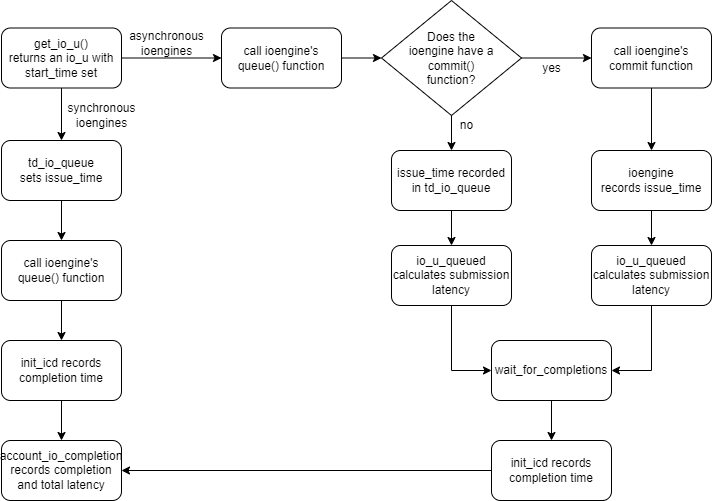
Above: 0002-latency/fio-latency.png in vincentkfu/fio-blog (draw.io), before the change. Source tidied: cells renumbered, new cells last; positions are measured from the earlier drawing's top-left corner, leaving out a move shared by most shapes. Its diagram source:
```xml
<mxGraphModel background="#FFFFFF">
  <root>
    <mxCell id="0" />
    <mxCell id="1" parent="0" />
    <mxCell id="2" style="edgeStyle=orthogonalEdgeStyle;rounded=0;jettySize=auto;html=1;" parent="1" edge="1" source="4" target="7">
      <mxGeometry relative="1" as="geometry" />
    </mxCell>
    <mxCell id="3" style="edgeStyle=orthogonalEdgeStyle;rounded=0;jettySize=auto;html=1;" parent="1" edge="1" source="4" target="26">
      <mxGeometry relative="1" as="geometry" />
    </mxCell>
    <mxCell id="4" value="get_io_u()&lt;br&gt;returns an io_u with start_time set" style="rounded=1;whiteSpace=wrap;html=1;fontSize=12;glass=0;strokeWidth=1;shadow=0;" parent="1" vertex="1">
      <mxGeometry y="27.5" width="120" height="60" as="geometry" />
    </mxCell>
    <mxCell id="5" value="asynchronous&lt;br&gt;ioengines" style="text;html=1;align=center;verticalAlign=middle;strokeColor=none;" parent="1" vertex="1">
      <mxGeometry x="120" y="27.5" width="90" height="30" as="geometry" />
    </mxCell>
    <mxCell id="6" style="edgeStyle=orthogonalEdgeStyle;rounded=0;jettySize=auto;html=1;" parent="1" edge="1" source="7" target="10">
      <mxGeometry relative="1" as="geometry" />
    </mxCell>
    <mxCell id="7" value="call ioengine's queue() function" style="rounded=1;whiteSpace=wrap;html=1;" parent="1" vertex="1">
      <mxGeometry x="220" y="27.5" width="120" height="60" as="geometry" />
    </mxCell>
    <mxCell id="8" style="edgeStyle=orthogonalEdgeStyle;rounded=0;jettySize=auto;html=1;entryX=0.5;entryY=0;entryDx=0;entryDy=0;" parent="1" edge="1" target="17">
      <mxGeometry relative="1" as="geometry">
        <mxPoint x="450" y="85" as="sourcePoint" />
      </mxGeometry>
    </mxCell>
    <mxCell id="9" style="edgeStyle=orthogonalEdgeStyle;rounded=0;jettySize=auto;html=1;" parent="1" edge="1" source="10" target="12">
      <mxGeometry relative="1" as="geometry" />
    </mxCell>
    <mxCell id="10" value="Does the&lt;br&gt;ioengine have a&lt;br&gt;commit()&lt;br&gt;function?" style="rhombus;whiteSpace=wrap;html=1;" parent="1" vertex="1">
      <mxGeometry x="380" width="140" height="115" as="geometry" />
    </mxCell>
    <mxCell id="11" style="edgeStyle=orthogonalEdgeStyle;rounded=0;jettySize=auto;html=1;" parent="1" edge="1" source="12" target="14">
      <mxGeometry relative="1" as="geometry" />
    </mxCell>
    <mxCell id="12" value="call ioengine's&lt;br&gt;commit function" style="rounded=1;whiteSpace=wrap;html=1;" parent="1" vertex="1">
      <mxGeometry x="590" y="27.5" width="120" height="60" as="geometry" />
    </mxCell>
    <mxCell id="13" style="edgeStyle=orthogonalEdgeStyle;rounded=0;jettySize=auto;html=1;" parent="1" edge="1" source="14" target="22">
      <mxGeometry relative="1" as="geometry" />
    </mxCell>
    <mxCell id="14" value="ioengine&lt;br&gt;records issue_time" style="whiteSpace=wrap;html=1;rounded=1;" parent="1" vertex="1">
      <mxGeometry x="590" y="150" width="120" height="60" as="geometry" />
    </mxCell>
    <mxCell id="15" value="yes" style="text;html=1;align=center;verticalAlign=middle;strokeColor=none;" parent="1" vertex="1">
      <mxGeometry x="535" y="57.5" width="30" height="20" as="geometry" />
    </mxCell>
    <mxCell id="16" style="edgeStyle=orthogonalEdgeStyle;rounded=0;jettySize=auto;html=1;" parent="1" edge="1" source="17" target="20">
      <mxGeometry relative="1" as="geometry" />
    </mxCell>
    <mxCell id="17" value="issue_time recorded in td_io_queue" style="rounded=1;whiteSpace=wrap;html=1;" parent="1" vertex="1">
      <mxGeometry x="390" y="150" width="120" height="60" as="geometry" />
    </mxCell>
    <mxCell id="18" value="no" style="text;html=1;align=center;verticalAlign=middle;strokeColor=none;" parent="1" vertex="1">
      <mxGeometry x="450" y="115" width="30" height="20" as="geometry" />
    </mxCell>
    <mxCell id="19" style="edgeStyle=orthogonalEdgeStyle;rounded=0;jettySize=auto;html=1;entryX=0;entryY=0.5;entryDx=0;entryDy=0;" parent="1" edge="1" source="20" target="24">
      <mxGeometry relative="1" as="geometry" />
    </mxCell>
    <mxCell id="20" value="io_u_queued calculates submission latency" style="whiteSpace=wrap;html=1;rounded=1;" parent="1" vertex="1">
      <mxGeometry x="390" y="245" width="120" height="60" as="geometry" />
    </mxCell>
    <mxCell id="21" style="edgeStyle=orthogonalEdgeStyle;rounded=0;jettySize=auto;html=1;entryX=1;entryY=0.5;entryDx=0;entryDy=0;" parent="1" edge="1" source="22" target="24">
      <mxGeometry relative="1" as="geometry" />
    </mxCell>
    <mxCell id="22" value="io_u_queued calculates submission latency" style="whiteSpace=wrap;html=1;rounded=1;" parent="1" vertex="1">
      <mxGeometry x="590" y="245" width="120" height="60" as="geometry" />
    </mxCell>
    <mxCell id="23" style="edgeStyle=orthogonalEdgeStyle;rounded=0;jettySize=auto;html=1;" parent="1" edge="1" source="24">
      <mxGeometry relative="1" as="geometry">
        <mxPoint x="550" y="440" as="targetPoint" />
      </mxGeometry>
    </mxCell>
    <mxCell id="24" value="wait_for_completions" style="rounded=1;whiteSpace=wrap;html=1;" parent="1" vertex="1">
      <mxGeometry x="490" y="340" width="120" height="60" as="geometry" />
    </mxCell>
    <mxCell id="25" style="edgeStyle=orthogonalEdgeStyle;rounded=0;jettySize=auto;html=1;" parent="1" edge="1" source="26" target="29">
      <mxGeometry relative="1" as="geometry" />
    </mxCell>
    <mxCell id="26" value="td_io_queue&lt;br&gt;sets issue_time" style="rounded=1;whiteSpace=wrap;html=1;" parent="1" vertex="1">
      <mxGeometry y="140" width="120" height="60" as="geometry" />
    </mxCell>
    <mxCell id="27" value="synchronous&lt;br&gt;ioengines" style="text;html=1;align=center;verticalAlign=middle;strokeColor=none;" parent="1" vertex="1">
      <mxGeometry x="60" y="100" width="80" height="30" as="geometry" />
    </mxCell>
    <mxCell id="28" style="edgeStyle=orthogonalEdgeStyle;rounded=0;jettySize=auto;html=1;" parent="1" edge="1" source="29" target="31">
      <mxGeometry relative="1" as="geometry" />
    </mxCell>
    <mxCell id="29" value="call ioengine's queue() function" style="rounded=1;whiteSpace=wrap;html=1;" parent="1" vertex="1">
      <mxGeometry y="240" width="120" height="60" as="geometry" />
    </mxCell>
    <mxCell id="30" style="edgeStyle=orthogonalEdgeStyle;rounded=0;jettySize=auto;html=1;" parent="1" edge="1" source="31" target="32">
      <mxGeometry relative="1" as="geometry" />
    </mxCell>
    <mxCell id="31" value="init_icd records completion time" style="rounded=1;whiteSpace=wrap;html=1;" parent="1" vertex="1">
      <mxGeometry y="340" width="120" height="60" as="geometry" />
    </mxCell>
    <mxCell id="32" value="account_io_completion records completion and total latency" style="rounded=1;whiteSpace=wrap;html=1;" parent="1" vertex="1">
      <mxGeometry y="440" width="120" height="60" as="geometry" />
    </mxCell>
    <mxCell id="33" style="edgeStyle=orthogonalEdgeStyle;rounded=0;jettySize=auto;html=1;entryX=1;entryY=0.5;entryDx=0;entryDy=0;" parent="1" edge="1" source="34" target="32">
      <mxGeometry relative="1" as="geometry" />
    </mxCell>
    <mxCell id="34" value="init_icd records completion time" style="rounded=1;whiteSpace=wrap;html=1;" parent="1" vertex="1">
      <mxGeometry x="490" y="440" width="120" height="60" as="geometry" />
    </mxCell>
  </root>
</mxGraphModel>
```
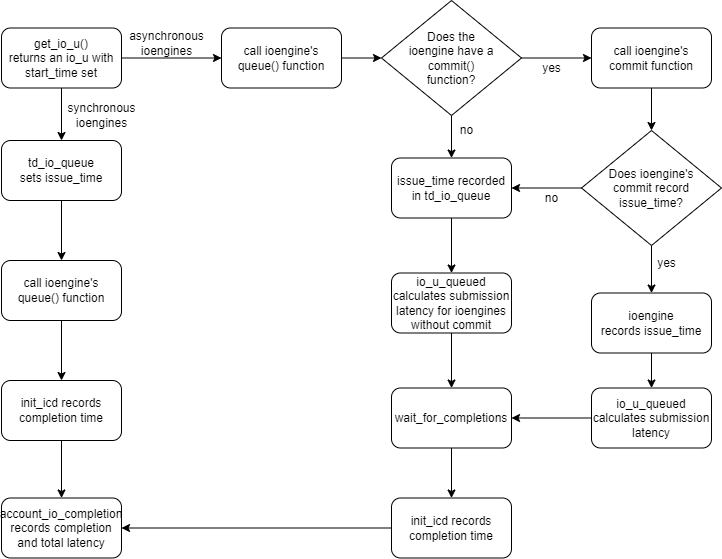
The same file after the commit.

Commit message:
latency: update diagram for async ioengines with commit functions

Most async ioengines with commit functions actually do not record
issue_time like liabio and io_uring do. Correct the diagram accordingly.

What changed in the source:
```diff
@@ -31,9 +31,9 @@
     <mxCell id="10" value="Does the&lt;br&gt;ioengine have a&lt;br&gt;commit()&lt;br&gt;function?" style="rhombus;whiteSpace=wrap;html=1;" parent="1" vertex="1">
       <mxGeometry x="380" width="140" height="115" as="geometry" />
     </mxCell>
-    <mxCell id="11" style="edgeStyle=orthogonalEdgeStyle;rounded=0;jettySize=auto;html=1;" parent="1" edge="1" source="12" target="14">
-      <mxGeometry relative="1" as="geometry" />
-    </mxCell>
+    <mxCell id="35" style="edgeStyle=orthogonalEdgeStyle;rounded=0;jettySize=auto;html=1;" parent="1" edge="1" source="12" target="39">
+      <mxGeometry relative="1" as="geometry" />
+    </mxCell>
     <mxCell id="12" value="call ioengine's&lt;br&gt;commit function" style="rounded=1;whiteSpace=wrap;html=1;" parent="1" vertex="1">
       <mxGeometry x="590" y="27.5" width="120" height="60" as="geometry" />
     </mxCell>
@@ -41,7 +41,7 @@
       <mxGeometry relative="1" as="geometry" />
     </mxCell>
     <mxCell id="14" value="ioengine&lt;br&gt;records issue_time" style="whiteSpace=wrap;html=1;rounded=1;" parent="1" vertex="1">
-      <mxGeometry x="590" y="150" width="120" height="60" as="geometry" />
+      <mxGeometry x="590" y="292.5" width="120" height="60" as="geometry" />
     </mxCell>
     <mxCell id="15" value="yes" style="text;html=1;align=center;verticalAlign=middle;strokeColor=none;" parent="1" vertex="1">
       <mxGeometry x="535" y="57.5" width="30" height="20" as="geometry" />
@@ -50,30 +50,28 @@
       <mxGeometry relative="1" as="geometry" />
     </mxCell>
     <mxCell id="17" value="issue_time recorded in td_io_queue" style="rounded=1;whiteSpace=wrap;html=1;" parent="1" vertex="1">
-      <mxGeometry x="390" y="150" width="120" height="60" as="geometry" />
+      <mxGeometry x="390" y="157.5" width="120" height="60" as="geometry" />
     </mxCell>
     <mxCell id="18" value="no" style="text;html=1;align=center;verticalAlign=middle;strokeColor=none;" parent="1" vertex="1">
-      <mxGeometry x="450" y="115" width="30" height="20" as="geometry" />
+      <mxGeometry x="450" y="120" width="30" height="20" as="geometry" />
     </mxCell>
-    <mxCell id="19" style="edgeStyle=orthogonalEdgeStyle;rounded=0;jettySize=auto;html=1;entryX=0;entryY=0.5;entryDx=0;entryDy=0;" parent="1" edge="1" source="20" target="24">
+    <mxCell id="19" style="edgeStyle=orthogonalEdgeStyle;rounded=0;jettySize=auto;html=1;" parent="1" edge="1" source="20" target="24">
       <mxGeometry relative="1" as="geometry" />
     </mxCell>
-    <mxCell id="20" value="io_u_queued calculates submission latency" style="whiteSpace=wrap;html=1;rounded=1;" parent="1" vertex="1">
-      <mxGeometry x="390" y="245" width="120" height="60" as="geometry" />
+    <mxCell id="20" value="io_u_queued calculates submission latency for ioengines without commit" style="whiteSpace=wrap;html=1;rounded=1;" parent="1" vertex="1">
+      <mxGeometry x="390" y="272.5" width="120" height="60" as="geometry" />
     </mxCell>
-    <mxCell id="21" style="edgeStyle=orthogonalEdgeStyle;rounded=0;jettySize=auto;html=1;entryX=1;entryY=0.5;entryDx=0;entryDy=0;" parent="1" edge="1" source="22" target="24">
+    <mxCell id="21" style="edgeStyle=orthogonalEdgeStyle;rounded=0;jettySize=auto;html=1;" parent="1" edge="1" source="22" target="24">
       <mxGeometry relative="1" as="geometry" />
     </mxCell>
     <mxCell id="22" value="io_u_queued calculates submission latency" style="whiteSpace=wrap;html=1;rounded=1;" parent="1" vertex="1">
-      <mxGeometry x="590" y="245" width="120" height="60" as="geometry" />
+      <mxGeometry x="590" y="387.5" width="120" height="60" as="geometry" />
     </mxCell>
-    <mxCell id="23" style="edgeStyle=orthogonalEdgeStyle;rounded=0;jettySize=auto;html=1;" parent="1" edge="1" source="24">
-      <mxGeometry relative="1" as="geometry">
-        <mxPoint x="550" y="440" as="targetPoint" />
-      </mxGeometry>
-    </mxCell>
+    <mxCell id="36" style="edgeStyle=orthogonalEdgeStyle;rounded=0;jettySize=auto;html=1;" parent="1" edge="1" source="24" target="34">
+      <mxGeometry relative="1" as="geometry" />
+    </mxCell>
     <mxCell id="24" value="wait_for_completions" style="rounded=1;whiteSpace=wrap;html=1;" parent="1" vertex="1">
-      <mxGeometry x="490" y="340" width="120" height="60" as="geometry" />
+      <mxGeometry x="390" y="387.5" width="120" height="60" as="geometry" />
     </mxCell>
     <mxCell id="25" style="edgeStyle=orthogonalEdgeStyle;rounded=0;jettySize=auto;html=1;" parent="1" edge="1" source="26" target="29">
       <mxGeometry relative="1" as="geometry" />
@@ -88,22 +86,37 @@
       <mxGeometry relative="1" as="geometry" />
     </mxCell>
     <mxCell id="29" value="call ioengine's queue() function" style="rounded=1;whiteSpace=wrap;html=1;" parent="1" vertex="1">
-      <mxGeometry y="240" width="120" height="60" as="geometry" />
+      <mxGeometry y="260" width="120" height="60" as="geometry" />
     </mxCell>
     <mxCell id="30" style="edgeStyle=orthogonalEdgeStyle;rounded=0;jettySize=auto;html=1;" parent="1" edge="1" source="31" target="32">
       <mxGeometry relative="1" as="geometry" />
     </mxCell>
     <mxCell id="31" value="init_icd records completion time" style="rounded=1;whiteSpace=wrap;html=1;" parent="1" vertex="1">
-      <mxGeometry y="340" width="120" height="60" as="geometry" />
+      <mxGeometry y="380" width="120" height="60" as="geometry" />
     </mxCell>
     <mxCell id="32" value="account_io_completion records completion and total latency" style="rounded=1;whiteSpace=wrap;html=1;" parent="1" vertex="1">
-      <mxGeometry y="440" width="120" height="60" as="geometry" />
+      <mxGeometry y="497.5" width="120" height="60" as="geometry" />
     </mxCell>
     <mxCell id="33" style="edgeStyle=orthogonalEdgeStyle;rounded=0;jettySize=auto;html=1;entryX=1;entryY=0.5;entryDx=0;entryDy=0;" parent="1" edge="1" source="34" target="32">
       <mxGeometry relative="1" as="geometry" />
     </mxCell>
     <mxCell id="34" value="init_icd records completion time" style="rounded=1;whiteSpace=wrap;html=1;" parent="1" vertex="1">
-      <mxGeometry x="490" y="440" width="120" height="60" as="geometry" />
+      <mxGeometry x="390" y="497.5" width="120" height="60" as="geometry" />
     </mxCell>
+    <mxCell id="37" style="edgeStyle=orthogonalEdgeStyle;rounded=0;jettySize=auto;html=1;" parent="1" edge="1" source="39" target="17">
+      <mxGeometry relative="1" as="geometry" />
+    </mxCell>
+    <mxCell id="38" style="edgeStyle=orthogonalEdgeStyle;rounded=0;jettySize=auto;html=1;" parent="1" edge="1" source="39" target="14">
+      <mxGeometry relative="1" as="geometry" />
+    </mxCell>
+    <mxCell id="39" value="Does ioengine's&lt;br&gt;commit record issue_time?" style="rhombus;whiteSpace=wrap;html=1;" parent="1" vertex="1">
+      <mxGeometry x="580" y="130" width="140" height="115" as="geometry" />
+    </mxCell>
+    <mxCell id="40" value="no" style="text;html=1;align=center;verticalAlign=middle;strokeColor=none;" parent="1" vertex="1">
+      <mxGeometry x="535" y="187.5" width="30" height="20" as="geometry" />
+    </mxCell>
+    <mxCell id="41" value="yes" style="text;html=1;align=center;verticalAlign=middle;strokeColor=none;" parent="1" vertex="1">
+      <mxGeometry x="650" y="252.5" width="30" height="20" as="geometry" />
+    </mxCell>
   </root>
 </mxGraphModel>
```
